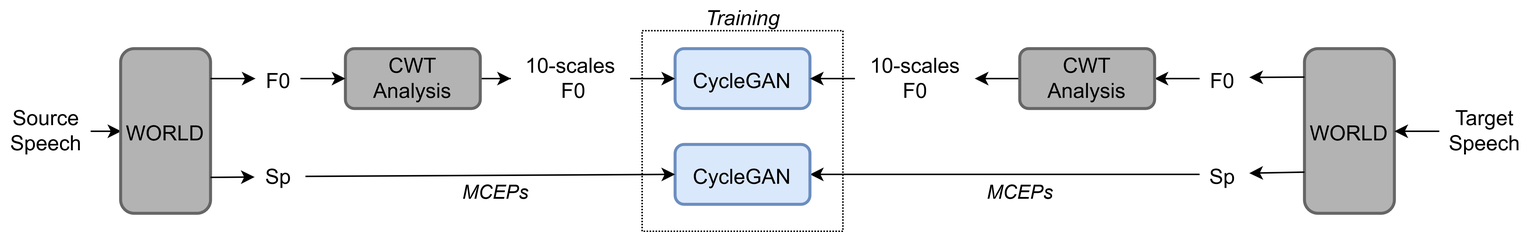
KunZhou9646/Odyssey2020 keeps this draw.io diagram as audio/training.png. Above is the earlier version. Source tidied: cells renumbered, new cells last; positions are measured from the earlier drawing's top-left corner, leaving out a move shared by most shapes.
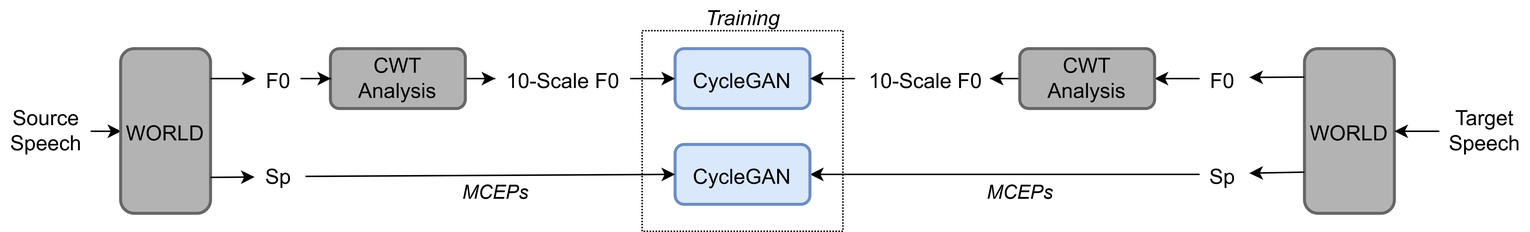
Later version of the same file.

Diff of the diagram source:
```diff
@@ -18,7 +18,7 @@
       <mxGeometry relative="1" as="geometry" />
     </mxCell>
     <mxCell id="7" value="&lt;font style=&quot;font-size: 14px&quot;&gt;CWT Analysis&lt;/font&gt;" style="rounded=1;whiteSpace=wrap;html=1;strokeWidth=2;strokeColor=#666666;fillColor=#B3B3B3;" parent="1" vertex="1">
-      <mxGeometry x="230" y="32" width="90" height="40" as="geometry" />
+      <mxGeometry x="220" y="32" width="90" height="40" as="geometry" />
     </mxCell>
     <mxCell id="8" value="&lt;font style=&quot;font-size: 14px&quot;&gt;CycleGAN&lt;/font&gt;" style="rounded=1;whiteSpace=wrap;html=1;fillColor=#dae8fc;strokeColor=#6c8ebf;strokeWidth=2;" parent="1" vertex="1">
       <mxGeometry x="450" y="32" width="90" height="40" as="geometry" />
@@ -71,14 +71,14 @@
     <mxCell id="24" style="edgeStyle=orthogonalEdgeStyle;rounded=0;jettySize=auto;html=1;" parent="1" edge="1" source="25" target="8">
       <mxGeometry relative="1" as="geometry" />
     </mxCell>
-    <mxCell id="25" value="&lt;font style=&quot;font-size: 14px&quot;&gt;10-scales&lt;br&gt;&amp;nbsp;F0&lt;/font&gt;" style="text;html=1;align=center;verticalAlign=middle;points=[];" parent="1" vertex="1">
-      <mxGeometry x="340" y="37" width="80" height="30" as="geometry" />
+    <mxCell id="25" value="&lt;font style=&quot;font-size: 14px&quot;&gt;10-Scale F0&lt;/font&gt;" style="text;html=1;align=center;verticalAlign=middle;points=[];" parent="1" vertex="1">
+      <mxGeometry x="330" y="42" width="90" height="20" as="geometry" />
     </mxCell>
     <mxCell id="26" style="edgeStyle=orthogonalEdgeStyle;rounded=0;jettySize=auto;html=1;" parent="1" edge="1" source="27" target="8">
       <mxGeometry relative="1" as="geometry" />
     </mxCell>
-    <mxCell id="27" value="&lt;font style=&quot;font-size: 14px&quot;&gt;&amp;nbsp;10-scales&amp;nbsp;&lt;br&gt;F0&lt;/font&gt;" style="text;html=1;align=center;verticalAlign=middle;points=[];" parent="1" vertex="1">
-      <mxGeometry x="570" y="37" width="80" height="30" as="geometry" />
+    <mxCell id="27" value="&lt;font style=&quot;font-size: 14px&quot;&gt;&amp;nbsp;10-Scale F0&lt;/font&gt;" style="text;html=1;align=center;verticalAlign=middle;points=[];" parent="1" vertex="1">
+      <mxGeometry x="570" y="42" width="90" height="20" as="geometry" />
     </mxCell>
     <mxCell id="28" value="&lt;font style=&quot;font-size: 14px&quot;&gt;CycleGAN&lt;/font&gt;" style="rounded=1;whiteSpace=wrap;html=1;fillColor=#dae8fc;strokeColor=#6c8ebf;strokeWidth=2;" parent="1" vertex="1">
       <mxGeometry x="450" y="96" width="90" height="40" as="geometry" />
```
